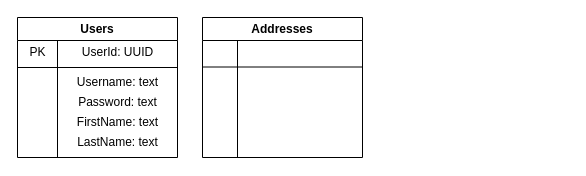
Before: documentation/DB Structure.drawio in Acohen455/yalla, a draw.io diagram. Source tidied: cells renumbered, new cells numbered last; positions are measured from the earlier drawing's top-left corner, leaving out a move shared by most shapes. Both pictures are drawn from the tidied source at 100%, with x=0, y=0 at pixel (17, 17).
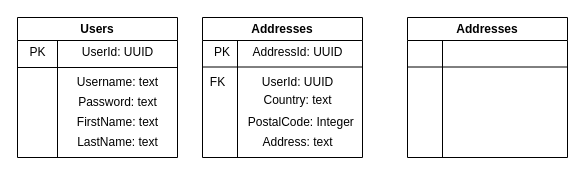
After the change.

The change refers to these unchanged cells:
```xml
<mxCell id="11" value="Addresses" style="swimlane;whiteSpace=wrap;html=1;strokeWidth=1;perimeterSpacing=0;swimlaneLine=1;rounded=0;fillColor=default;" parent="1" vertex="1">
  <mxGeometry x="185" width="160" height="140" as="geometry" />
</mxCell>
```

What changed in the source:
```diff
@@
-    <mxCell id="12" style="endArrow=none;html=1;rounded=0;exitX=0.25;exitY=1;exitDx=0;exitDy=0;" parent="11" edge="1">
+    <mxCell id="12" style="endArrow=none;html=1;rounded=0;" parent="11" edge="1">
       <mxGeometry relative="1" as="geometry">
         <mxPoint x="35" y="140" as="sourcePoint" />
         <mxPoint x="35" y="22.5" as="targetPoint" />
       </mxGeometry>
     </mxCell>
@@
+    <mxCell id="14" value="PK" style="text;html=1;align=center;verticalAlign=middle;whiteSpace=wrap;rounded=0;" parent="11" vertex="1">
+      <mxGeometry y="20" width="40" height="30" as="geometry" />
+    </mxCell>
+    <mxCell id="15" value="AddressId: UUID" style="text;html=1;align=center;verticalAlign=middle;strokeColor=none;fillColor=none;" parent="11" vertex="1">
+      <mxGeometry x="40" y="20" width="110" height="30" as="geometry" />
+    </mxCell>
+    <mxCell id="16" value="UserId: UUID" style="text;html=1;align=center;verticalAlign=middle;strokeColor=none;fillColor=none;" parent="11" vertex="1">
+      <mxGeometry x="50" y="50" width="90" height="30" as="geometry" />
+    </mxCell>
+    <mxCell id="17" value="FK" style="text;html=1;align=center;verticalAlign=middle;strokeColor=none;fillColor=none;" parent="11" vertex="1">
+      <mxGeometry x="-5" y="50" width="40" height="30" as="geometry" />
+    </mxCell>
+    <mxCell id="18" value="Country: text" style="text;html=1;align=center;verticalAlign=middle;strokeColor=none;fillColor=none;" parent="11" vertex="1">
+      <mxGeometry x="50" y="68" width="90" height="30" as="geometry" />
+    </mxCell>
+    <mxCell id="19" value="PostalCode: Integer&amp;nbsp;" style="text;html=1;align=center;verticalAlign=middle;strokeColor=none;fillColor=none;" parent="11" vertex="1">
+      <mxGeometry x="35" y="90" width="130" height="30" as="geometry" />
+    </mxCell>
+    <mxCell id="20" value="Address: text" style="text;html=1;align=center;verticalAlign=middle;strokeColor=none;fillColor=none;" parent="11" vertex="1">
+      <mxGeometry x="50" y="110" width="90" height="30" as="geometry" />
+    </mxCell>
+    <mxCell id="21" value="Addresses" style="swimlane;whiteSpace=wrap;html=1;strokeWidth=1;perimeterSpacing=0;swimlaneLine=1;rounded=0;fillColor=default;" parent="1" vertex="1">
+      <mxGeometry x="390" width="160" height="140" as="geometry" />
+    </mxCell>
+    <mxCell id="22" style="endArrow=none;html=1;rounded=0;exitX=0.25;exitY=1;exitDx=0;exitDy=0;" parent="21" edge="1">
+      <mxGeometry relative="1" as="geometry">
+        <mxPoint x="35" y="140" as="sourcePoint" />
+        <mxPoint x="35" y="22.5" as="targetPoint" />
+      </mxGeometry>
+    </mxCell>
+    <mxCell id="23" style="endArrow=none;html=1;rounded=0;" parent="21" edge="1">
+      <mxGeometry relative="1" as="geometry">
+        <mxPoint y="49.5" as="sourcePoint" />
+        <mxPoint x="160" y="49.5" as="targetPoint" />
+      </mxGeometry>
+    </mxCell>
```
